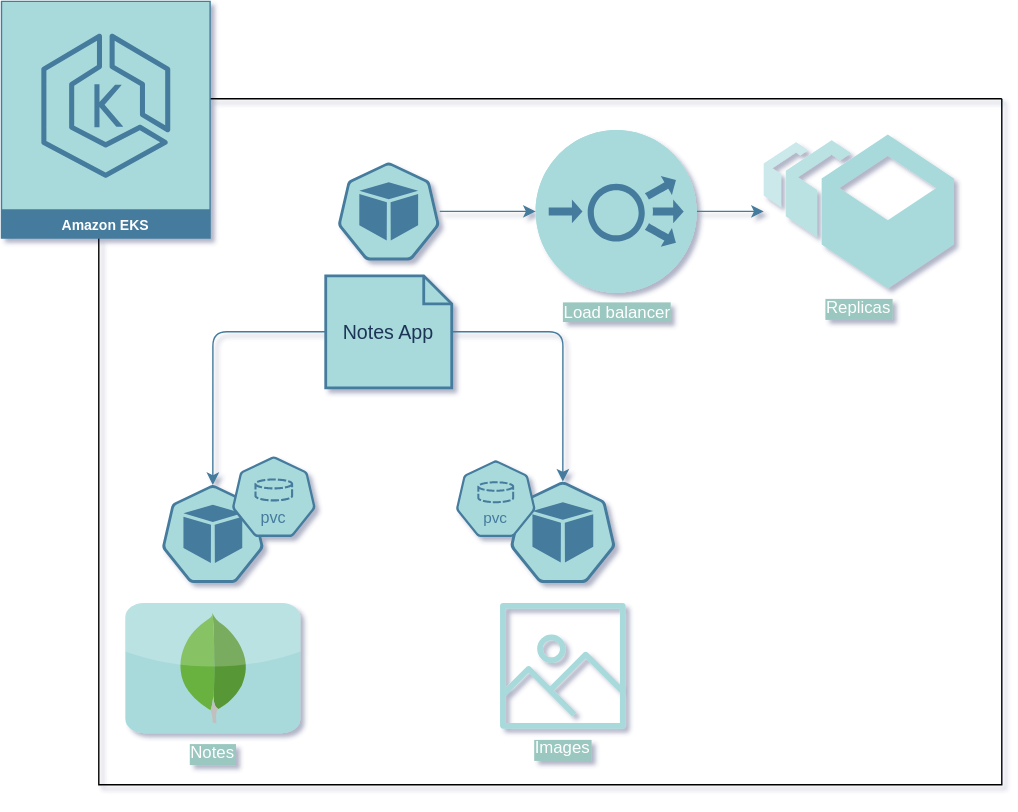
This is assets/arquitectura.drawio.svg from marcesdan/main, a draw.io export, as it was before one commit. Source tidied: cells renumbered, new cells last; positions are measured from the earlier drawing's top-left corner, leaving out a move shared by most shapes.
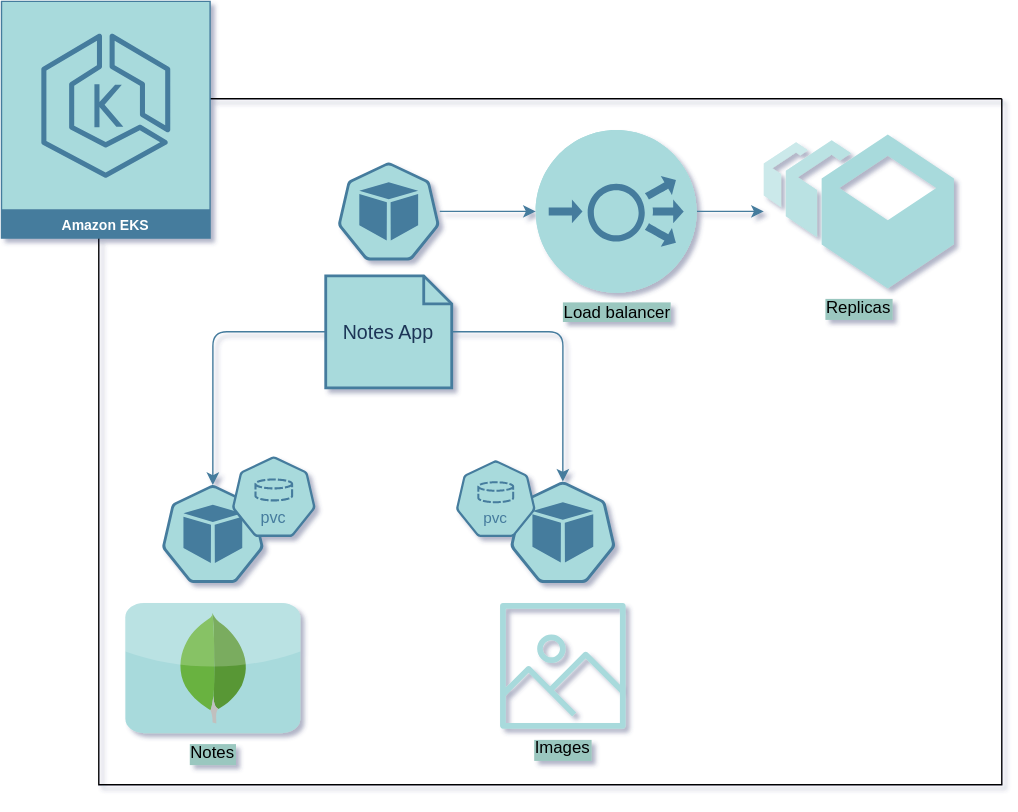
Above is the later version.

What changed in the source:
```diff
@@ -11,10 +11,10 @@
     <mxCell id="4" value="&lt;div style=&quot;&quot;&gt;&lt;br&gt;&lt;/div&gt;" style="html=1;dashed=0;whitespace=wrap;fillColor=#A8DADC;strokeColor=#457B9D;points=[[0.005,0.63,0],[0.1,0.2,0],[0.9,0.2,0],[0.5,0,0],[0.995,0.63,0],[0.72,0.99,0],[0.5,1,0],[0.28,0.99,0]];shape=mxgraph.kubernetes.icon2;prIcon=pod;align=center;rounded=1;labelBackgroundColor=none;fontColor=#1D3557;" parent="2" vertex="1">
       <mxGeometry x="45" y="275.9" width="72.9" height="70" as="geometry" />
     </mxCell>
-    <mxCell id="5" value="Notes" style="dashed=0;align=center;labelPosition=center;verticalLabelPosition=bottom;verticalAlign=top;shape=mxgraph.webicons.mongodb;rounded=1;labelBackgroundColor=#9AC7BF;fillColor=#A8DADC;strokeColor=#457B9D;fontColor=#FFFFFF;" parent="2" vertex="1">
+    <mxCell id="5" value="Notes" style="dashed=0;align=center;labelPosition=center;verticalLabelPosition=bottom;verticalAlign=top;shape=mxgraph.webicons.mongodb;rounded=1;labelBackgroundColor=#9AC7BF;fillColor=#A8DADC;strokeColor=#457B9D;fontColor=#000000;" parent="2" vertex="1">
       <mxGeometry x="19" y="360.3" width="125" height="92.9" as="geometry" />
     </mxCell>
-    <mxCell id="6" value="Images" style="fontColor=#FFFFFF;fillColor=#A8DADC;strokeColor=none;dashed=0;verticalLabelPosition=bottom;verticalAlign=top;align=center;fontSize=12;fontStyle=0;shape=mxgraph.aws4.container_registry_image;rounded=1;labelBackgroundColor=#9AC7BF;" parent="2" vertex="1">
+    <mxCell id="6" value="Images" style="fontColor=#000000;fillColor=#A8DADC;strokeColor=none;dashed=0;verticalLabelPosition=bottom;verticalAlign=top;align=center;fontSize=12;fontStyle=0;shape=mxgraph.aws4.container_registry_image;rounded=1;labelBackgroundColor=#9AC7BF;" parent="2" vertex="1">
       <mxGeometry x="286.6" y="360.3" width="89.7" height="89.7" as="geometry" />
     </mxCell>
     <mxCell id="7" style="html=1;dashed=0;whitespace=wrap;fillColor=#A8DADC;strokeColor=#457B9D;points=[[0.005,0.63,0],[0.1,0.2,0],[0.9,0.2,0],[0.5,0,0],[0.995,0.63,0],[0.72,0.99,0],[0.5,1,0],[0.28,0.99,0]];shape=mxgraph.kubernetes.icon2;prIcon=pod;rounded=1;labelBackgroundColor=none;fontColor=#1D3557;" parent="2" vertex="1">
@@ -23,7 +23,7 @@
     <mxCell id="8" value="Notes App" style="shape=note;strokeWidth=2;fontSize=14;size=20;whiteSpace=wrap;html=1;fillColor=#A8DADC;strokeColor=#457B9D;fontColor=#1D3557;rounded=1;labelBackgroundColor=none;" parent="2" vertex="1">
       <mxGeometry x="162.1" y="126.5" width="90" height="80" as="geometry" />
     </mxCell>
-    <mxCell id="9" value="Replicas" style="strokeColor=none;shadow=0;fillColor=#A8DADC;verticalAlign=top;labelPosition=center;verticalLabelPosition=bottom;shape=mxgraph.gcp2.bucket_scale;rounded=1;labelBackgroundColor=#9AC7BF;fontColor=#FFFFFF;labelBorderColor=none;" parent="2" vertex="1">
+    <mxCell id="9" value="Replicas" style="strokeColor=none;shadow=0;fillColor=#A8DADC;verticalAlign=top;labelPosition=center;verticalLabelPosition=bottom;shape=mxgraph.gcp2.bucket_scale;rounded=1;labelBackgroundColor=#9AC7BF;fontColor=#000000;labelBorderColor=none;" parent="2" vertex="1">
       <mxGeometry x="475" y="25.5" width="135.8" height="110" as="geometry" />
     </mxCell>
     <mxCell id="10" style="edgeStyle=orthogonalEdgeStyle;rounded=1;jettySize=auto;html=1;exitX=0;exitY=0.5;exitDx=0;exitDy=0;exitPerimeter=0;entryX=0.5;entryY=0;entryDx=0;entryDy=0;entryPerimeter=0;labelBackgroundColor=none;strokeColor=#457B9D;fontColor=default;" parent="2" edge="1" source="8" target="4">
@@ -41,7 +41,7 @@
     <mxCell id="14" style="edgeStyle=orthogonalEdgeStyle;rounded=1;jettySize=auto;html=1;labelBackgroundColor=none;strokeColor=#457B9D;fontColor=default;" parent="2" edge="1" source="15" target="9">
       <mxGeometry relative="1" as="geometry" />
     </mxCell>
-    <mxCell id="15" value="&lt;span style=&quot;background-color: rgb(154, 199, 191);&quot;&gt;&lt;font color=&quot;#ffffff&quot;&gt;Load balancer&lt;/font&gt;&lt;/span&gt;" style="fillColor=#A8DADC;verticalLabelPosition=bottom;html=1;strokeColor=#457B9D;verticalAlign=top;align=center;points=[[0.145,0.145,0],[0.5,0,0],[0.855,0.145,0],[1,0.5,0],[0.855,0.855,0],[0.5,1,0],[0.145,0.855,0],[0,0.5,0]];shape=mxgraph.cisco_safe.compositeIcon;bgIcon=ellipse;resIcon=mxgraph.cisco_safe.capability.load_balancer;rounded=1;labelBackgroundColor=none;fontColor=#67AB9F;" parent="2" vertex="1">
+    <mxCell id="15" value="&lt;span style=&quot;background-color: rgb(154, 199, 191);&quot;&gt;&lt;font color=&quot;#000000&quot;&gt;Load balancer&lt;/font&gt;&lt;/span&gt;" style="fillColor=#A8DADC;verticalLabelPosition=bottom;html=1;strokeColor=#457B9D;verticalAlign=top;align=center;points=[[0.145,0.145,0],[0.5,0,0],[0.855,0.145,0],[1,0.5,0],[0.855,0.855,0],[0.5,1,0],[0.145,0.855,0],[0,0.5,0]];shape=mxgraph.cisco_safe.compositeIcon;bgIcon=ellipse;resIcon=mxgraph.cisco_safe.capability.load_balancer;rounded=1;labelBackgroundColor=none;fontColor=#67AB9F;" parent="2" vertex="1">
       <mxGeometry x="312.1" y="22.4" width="115" height="116.1" as="geometry" />
     </mxCell>
     <mxCell id="16" style="edgeStyle=orthogonalEdgeStyle;rounded=1;jettySize=auto;html=1;labelBackgroundColor=none;strokeColor=#457B9D;fontColor=default;" parent="2" edge="1" source="7" target="15">
```
